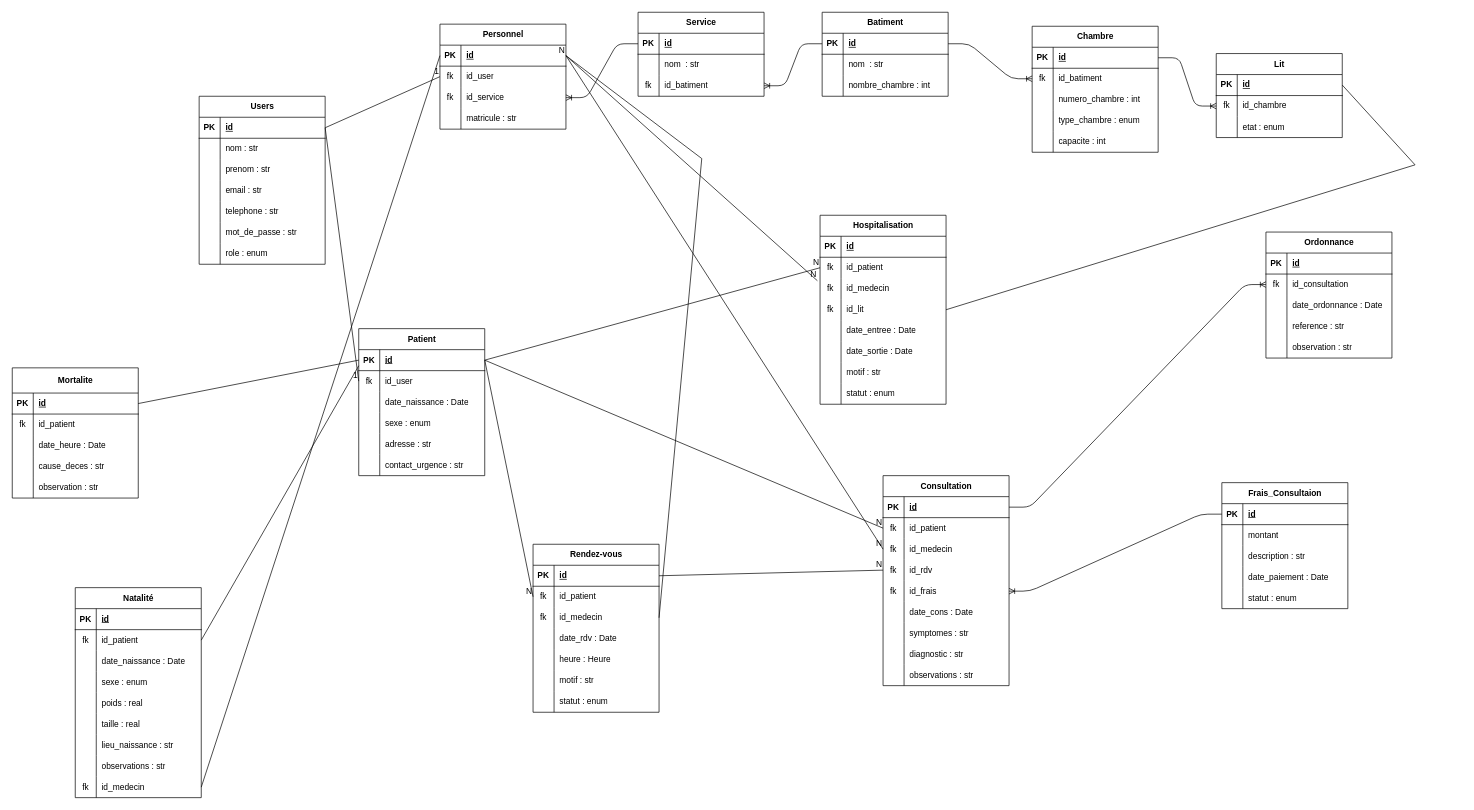
Before: analyse.drawio in dialloibrahimasorywahab-ui/Sante_Numerique, a draw.io diagram. Source tidied: cells renumbered, new cells numbered last; positions are measured from the earlier drawing's top-left corner, leaving out a move shared by most shapes. Both pictures are drawn from the tidied source at 70%, with x=0, y=0 at pixel (12, -18).
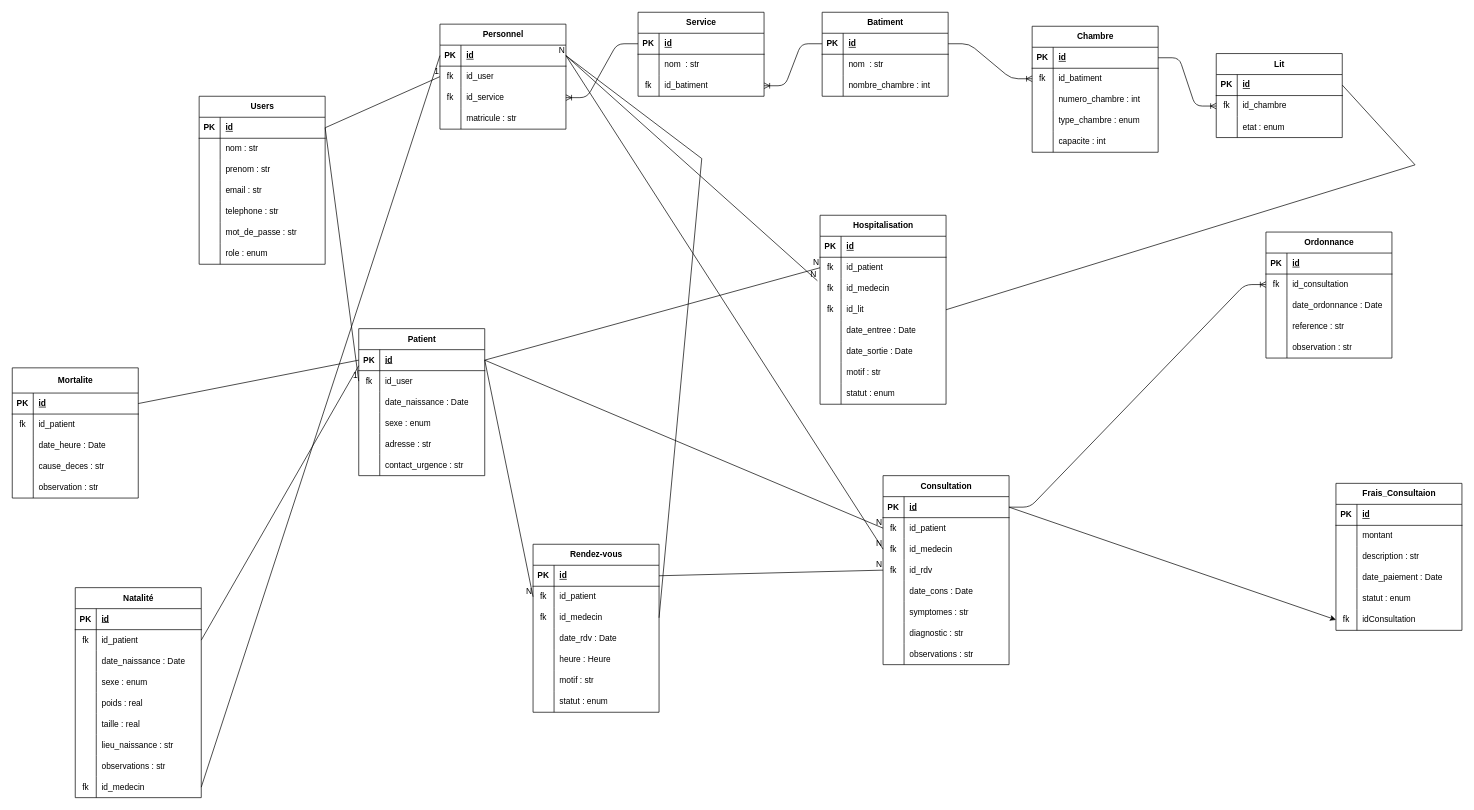
The same diagram, later.

The change refers to these unchanged cells:
```xml
<mxCell id="150" style="shape=tableRow;horizontal=0;startSize=0;swimlaneHead=0;swimlaneBody=0;fillColor=none;points=[[0,0.5],[1,0.5]];portConstraint=eastwest;top=0;left=0;right=0;bottom=1;" parent="149" vertex="1">
  <mxGeometry y="30" width="180" height="30" as="geometry" />
</mxCell>
<mxCell id="178" style="shape=tableRow;horizontal=0;startSize=0;swimlaneHead=0;swimlaneBody=0;fillColor=none;points=[[0,0.5],[1,0.5]];portConstraint=eastwest;top=0;left=0;right=0;bottom=1;" parent="177" vertex="1">
  <mxGeometry y="30" width="180" height="30" as="geometry" />
</mxCell>
```

Diff of the diagram source:
```diff
@@
     <mxCell id="149" value="Consultation" style="shape=table;startSize=30;childLayout=tableLayout;rowLines=0;fontStyle=1;align=center;html=1;" parent="1" vertex="1">
-      <mxGeometry x="1244" y="705" width="180" height="300" as="geometry" />
+      <mxGeometry x="1244" y="705" width="180" height="270" as="geometry" />
     </mxCell>
@@
-    <mxCell id="162" style="shape=tableRow;horizontal=0;startSize=0;swimlaneHead=0;swimlaneBody=0;fillColor=none;points=[[0,0.5],[1,0.5]];portConstraint=eastwest;top=0;left=0;right=0;bottom=0;" parent="149" vertex="1">
-      <mxGeometry y="150" width="180" height="30" as="geometry" />
-    </mxCell>
-    <mxCell id="163" value="fk" style="shape=partialRectangle;fillColor=none;top=0;left=0;bottom=0;right=0;overflow=hidden;whiteSpace=wrap;html=1;" parent="162" vertex="1">
-      <mxGeometry width="30" height="30" as="geometry" />
-    </mxCell>
-    <mxCell id="164" value="id_frais" style="shape=partialRectangle;fillColor=none;top=0;left=0;bottom=0;right=0;align=left;spacingLeft=6;overflow=hidden;whiteSpace=wrap;html=1;" parent="162" vertex="1">
-      <mxGeometry x="30" width="150" height="30" as="geometry" />
-    </mxCell>
     <mxCell id="165" style="shape=tableRow;horizontal=0;startSize=0;swimlaneHead=0;swimlaneBody=0;fillColor=none;top=0;left=0;right=0;bottom=0;" parent="149" vertex="1">
-      <mxGeometry y="180" width="180" height="30" as="geometry" />
+      <mxGeometry y="150" width="180" height="30" as="geometry" />
     </mxCell>
@@
     <mxCell id="168" style="shape=tableRow;horizontal=0;startSize=0;swimlaneHead=0;swimlaneBody=0;fillColor=none;top=0;left=0;right=0;bottom=0;" parent="149" vertex="1">
-      <mxGeometry y="210" width="180" height="30" as="geometry" />
+      <mxGeometry y="180" width="180" height="30" as="geometry" />
     </mxCell>
@@
     <mxCell id="171" style="shape=tableRow;horizontal=0;startSize=0;swimlaneHead=0;swimlaneBody=0;fillColor=none;top=0;left=0;right=0;bottom=0;" parent="149" vertex="1">
-      <mxGeometry y="240" width="180" height="30" as="geometry" />
+      <mxGeometry y="210" width="180" height="30" as="geometry" />
     </mxCell>
@@
     <mxCell id="174" style="shape=tableRow;horizontal=0;startSize=0;swimlaneHead=0;swimlaneBody=0;fillColor=none;top=0;left=0;right=0;bottom=0;" parent="149" vertex="1">
-      <mxGeometry y="270" width="180" height="30" as="geometry" />
+      <mxGeometry y="240" width="180" height="30" as="geometry" />
     </mxCell>
@@
     <mxCell id="177" value="Frais_Consultaion" style="shape=table;startSize=30;childLayout=tableLayout;rowLines=0;fontStyle=1;align=center;html=1;" parent="1" vertex="1">
-      <mxGeometry x="1728" y="715" width="180" height="180" as="geometry" />
+      <mxGeometry x="1891" y="716" width="180" height="210" as="geometry" />
     </mxCell>
@@
+    <mxCell id="281" style="shape=tableRow;horizontal=0;startSize=0;swimlaneHead=0;swimlaneBody=0;fillColor=none;points=[[0,0.5],[1,0.5]];portConstraint=eastwest;top=0;left=0;right=0;bottom=0;" parent="177" vertex="1">
+      <mxGeometry y="180" width="180" height="30" as="geometry" />
+    </mxCell>
+    <mxCell id="163" value="fk" style="shape=partialRectangle;fillColor=none;top=0;left=0;bottom=0;right=0;overflow=hidden;whiteSpace=wrap;html=1;" parent="281" vertex="1">
+      <mxGeometry width="30" height="30" as="geometry" />
+    </mxCell>
+    <mxCell id="282" value="idConsultation" style="shape=partialRectangle;fillColor=none;top=0;left=0;bottom=0;right=0;align=left;spacingLeft=6;overflow=hidden;whiteSpace=wrap;html=1;" parent="281" vertex="1">
+      <mxGeometry x="30" width="150" height="30" as="geometry" />
+    </mxCell>
@@
-    <mxCell id="277" style="edgeStyle=entityRelationEdgeStyle;fontSize=12;html=1;endArrow=ERoneToMany;entryX=1;entryY=0.5;entryDx=0;entryDy=0;exitX=0;exitY=0.5;exitDx=0;exitDy=0;" parent="1" edge="1" source="178" target="162">
-      <mxGeometry relative="1" as="geometry" />
-    </mxCell>
@@
+    <mxCell id="283" style="edgeStyle=none;html=1;exitX=1;exitY=0.5;exitDx=0;exitDy=0;entryX=0;entryY=0.5;entryDx=0;entryDy=0;" parent="1" edge="1" source="150" target="281">
+      <mxGeometry relative="1" as="geometry" />
+    </mxCell>
```
